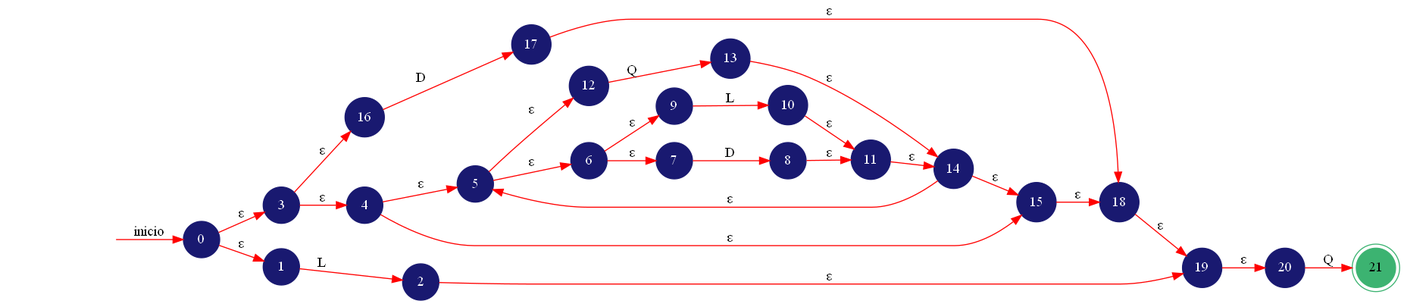
Before: src/Imagenes/AFDN.png, a diagram exported from Graphviz (SergieArizandieta/OLC1-P1-202000119). Its source is kept beside it as src/Imagenes/AFDN.dot.
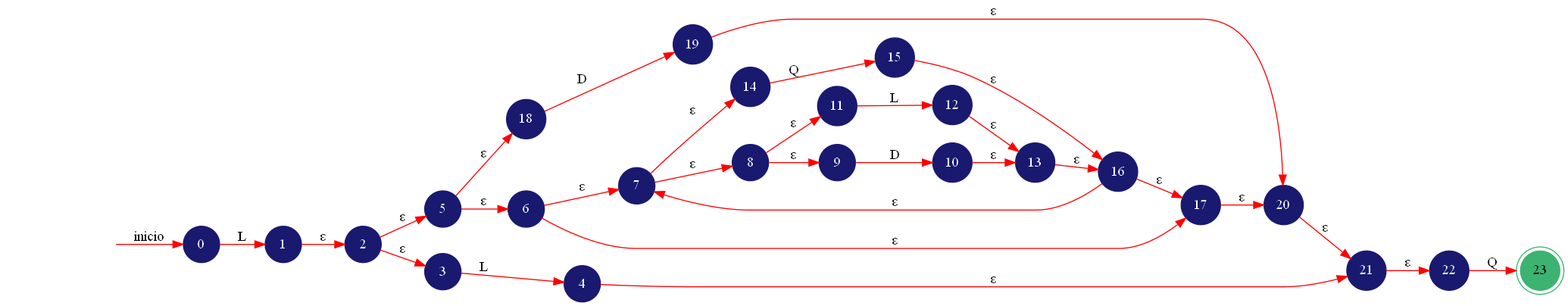
Later version of the same file.

What changed in the source:
```diff
@@ -1,36 +1,38 @@
 digraph AUTOMATA{
 	rankdir=LR;
-	node [shape=doublecircle, style = filled,color = mediumseagreen]; 21;
+	node [shape=doublecircle, style = filled,color = mediumseagreen]; 23;
 	node [shape=circle];
 	node [color=midnightblue,fontcolor=white];
 	edge [color=red];
 	secret_node [style=invis];
 	secret_node -> 0 [label="inicio"];
-	0 -> 3 [label="ε"];
-	0 -> 1 [label="ε"];
-	1 -> 2 [label="L"];
-	2 -> 19 [label="ε"];
-	3 -> 16 [label="ε"];
-	3 -> 4 [label="ε"];
-	4 -> 5 [label="ε"];
-	4 -> 15 [label="ε"];
-	5 -> 12 [label="ε"];
+	0 -> 1 [label="L"];
+	1 -> 2 [label="ε"];
+	2 -> 5 [label="ε"];
+	2 -> 3 [label="ε"];
+	3 -> 4 [label="L"];
+	4 -> 21 [label="ε"];
+	5 -> 18 [label="ε"];
 	5 -> 6 [label="ε"];
-	6 -> 9 [label="ε"];
 	6 -> 7 [label="ε"];
-	7 -> 8 [label="D"];
+	6 -> 17 [label="ε"];
+	7 -> 14 [label="ε"];
+	7 -> 8 [label="ε"];
 	8 -> 11 [label="ε"];
-	9 -> 10 [label="L"];
-	10 -> 11 [label="ε"];
-	11 -> 14 [label="ε"];
-	12 -> 13 [label="Q"];
-	13 -> 14 [label="ε"];
-	14 -> 5 [label="ε"];
-	14 -> 15 [label="ε"];
-	15 -> 18 [label="ε"];
-	16 -> 17 [label="D"];
-	17 -> 18 [label="ε"];
-	18 -> 19 [label="ε"];
+	8 -> 9 [label="ε"];
+	9 -> 10 [label="D"];
+	10 -> 13 [label="ε"];
+	11 -> 12 [label="L"];
+	12 -> 13 [label="ε"];
+	13 -> 16 [label="ε"];
+	14 -> 15 [label="Q"];
+	15 -> 16 [label="ε"];
+	16 -> 7 [label="ε"];
+	16 -> 17 [label="ε"];
+	17 -> 20 [label="ε"];
+	18 -> 19 [label="D"];
 	19 -> 20 [label="ε"];
-	20 -> 21 [label="Q"];
+	20 -> 21 [label="ε"];
+	21 -> 22 [label="ε"];
+	22 -> 23 [label="Q"];
 }
```
